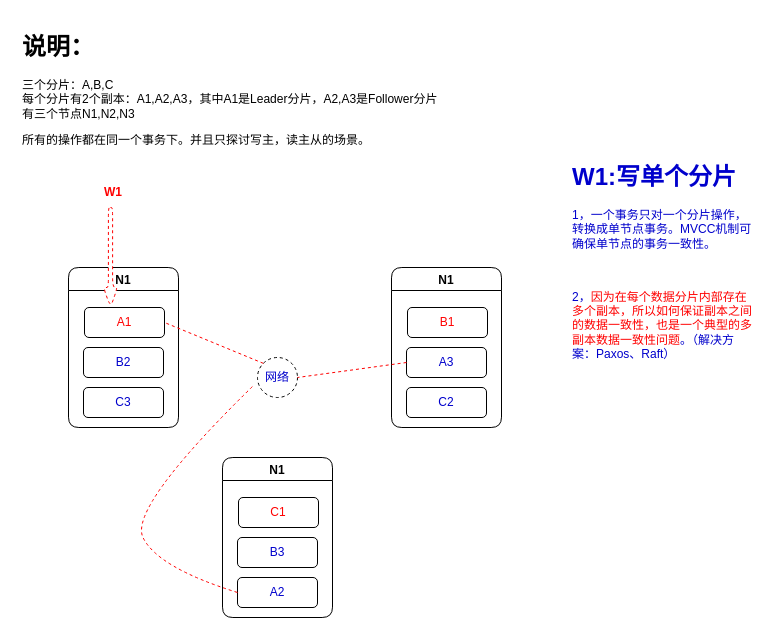
The draw.io diagram page "第 1 页" (1 of 2) of 一致性问题.drawio in duosheng/draw-house, before the edit. Source tidied: cells renumbered, new cells numbered last; positions are measured from the earlier drawing's top-left corner, leaving out a move shared by most shapes. Both pictures are drawn from the tidied source at 100%, with x=0, y=0 at pixel (17, 27).
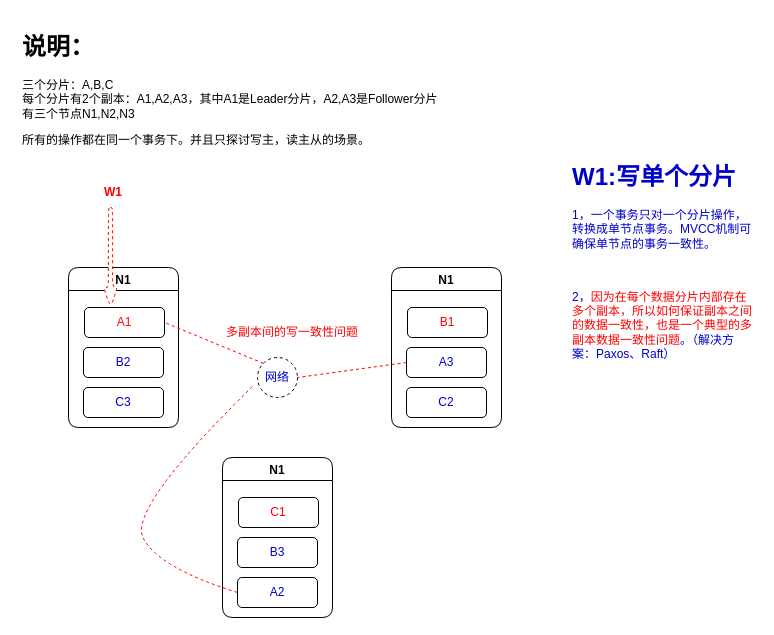
After the change.

Commit message:
更新一致性问题.drawio

The edit, as a diff of the source:
```diff
@@
+    <mxCell id="22" value="&lt;font color=&quot;#ff0000&quot;&gt;多副本间的写一致性问题&lt;/font&gt;" style="text;html=1;strokeColor=none;fillColor=none;align=center;verticalAlign=middle;whiteSpace=wrap;rounded=0;" parent="1" vertex="1">
+      <mxGeometry x="205" y="290" width="140" height="30" as="geometry" />
+    </mxCell>
```
